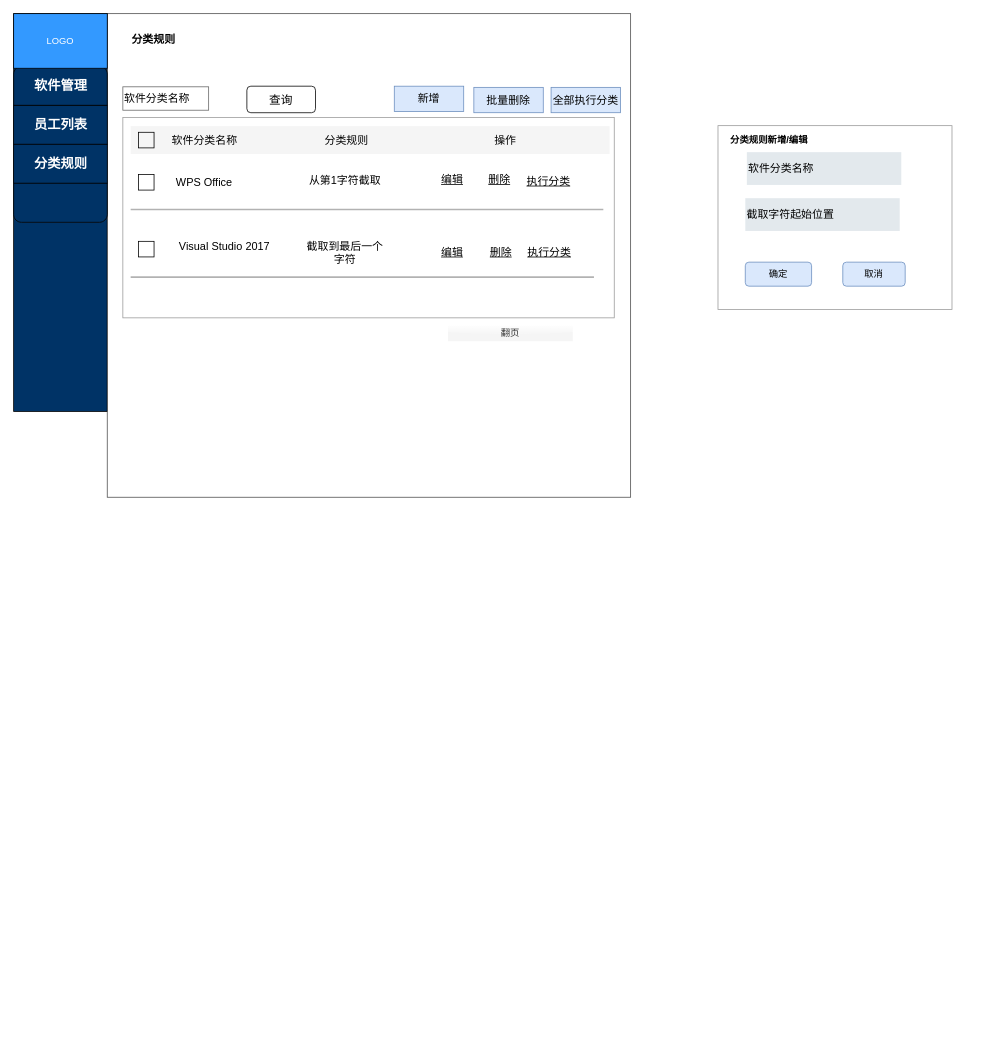
The draw.io diagram page "后台管理v3.0" (10 of 10) of 正版软件管理.drawio in mashifei/uml, before the edit. Source tidied: cells renumbered, new cells numbered last; positions are measured from the earlier drawing's top-left corner, leaving out a move shared by most shapes. Both pictures are drawn from the tidied source at 78%, with x=0, y=0 at pixel (13, 13).
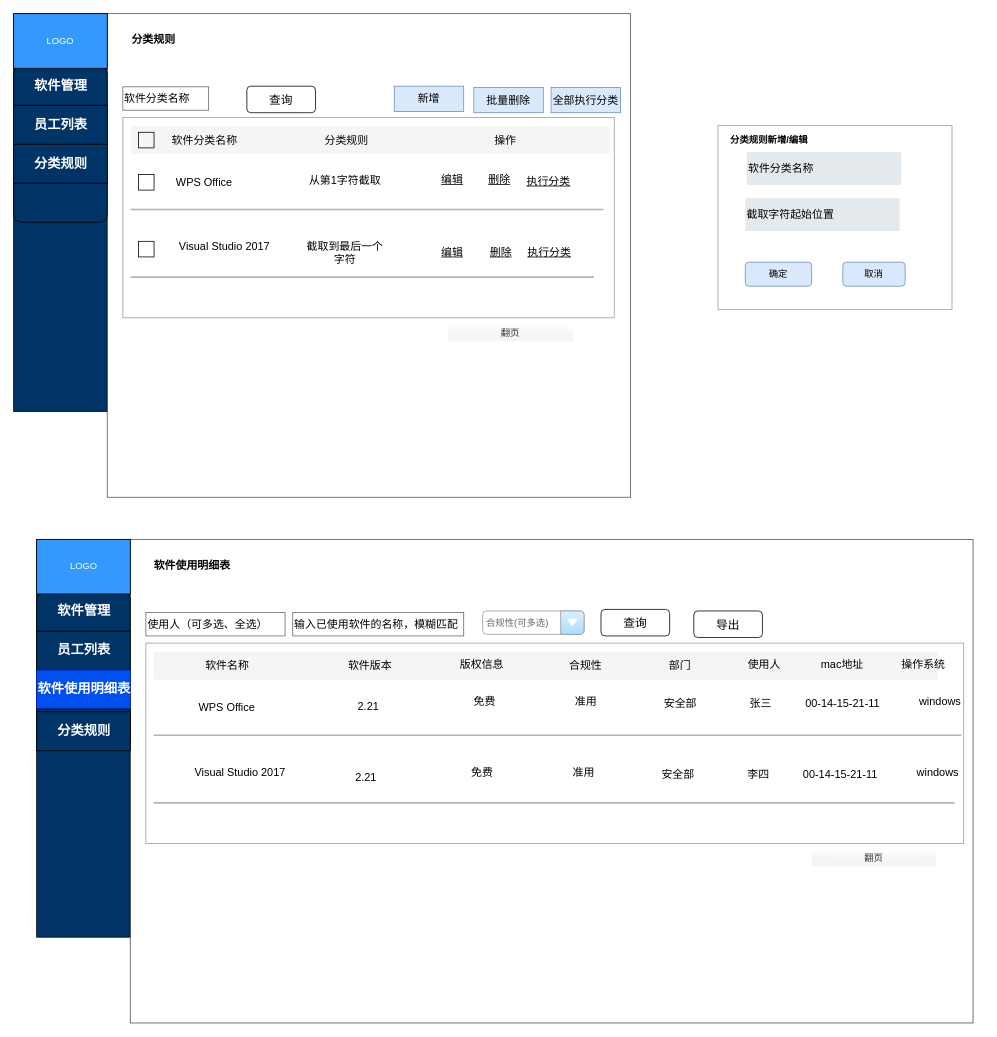
After the change.

The edit, as a diff of the source:
```diff
@@
+    <mxCell id="43" style="rounded=0;whiteSpace=wrap;html=1;fontSize=12;align=left;fillColor=#003366;" parent="1" vertex="1">
+      <mxGeometry x="29.5" y="674" width="120" height="510" as="geometry" />
+    </mxCell>
+    <mxCell id="44" style="rounded=0;whiteSpace=wrap;html=1;shadow=0;sketch=0;fontSize=14;opacity=70;" parent="1" vertex="1">
+      <mxGeometry x="149.5" y="674" width="1080.5" height="620" as="geometry" />
+    </mxCell>
+    <mxCell id="45" style="strokeWidth=1;shadow=0;dashed=0;align=center;html=1;shape=mxgraph.mockup.rrect;rSize=10;strokeColor=#666666;sketch=0;fontSize=14;opacity=30;fillColor=#003366;" parent="1" vertex="1">
+      <mxGeometry x="29.5" y="741.5" width="120" height="200" as="geometry" />
+    </mxCell>
+    <mxCell id="46" value="员工列表" style="strokeWidth=1;shadow=0;dashed=0;align=center;html=1;shape=mxgraph.mockup.rrect;rSize=0;fontSize=17;fontStyle=1;fillColor=#003366;fontColor=#FFFFFF;" parent="45" vertex="1">
+      <mxGeometry width="120" height="50" relative="1" as="geometry">
+        <mxPoint y="50" as="offset" />
+      </mxGeometry>
+    </mxCell>
+    <mxCell id="47" value="软件使用明细表" style="strokeWidth=1;shadow=0;dashed=0;align=center;html=1;shape=mxgraph.mockup.rrect;rSize=0;fontSize=17;fontStyle=1;fillColor=#0050ef;strokeColor=#001DBC;fontColor=#ffffff;" parent="45" vertex="1">
+      <mxGeometry width="120" height="50" relative="1" as="geometry">
+        <mxPoint y="100" as="offset" />
+      </mxGeometry>
+    </mxCell>
+    <mxCell id="48" style="strokeWidth=1;shadow=0;dashed=0;align=center;html=1;shape=mxgraph.mockup.bottomButton;rSize=10;fontSize=17;fontStyle=1;fillColor=#003366;fontColor=#FFFFFF;" parent="45" vertex="1">
+      <mxGeometry y="1" width="120" height="50" relative="1" as="geometry">
+        <mxPoint y="-50" as="offset" />
+      </mxGeometry>
+    </mxCell>
+    <mxCell id="49" value="软件管理" style="strokeWidth=1;shadow=0;dashed=0;align=center;html=1;shape=mxgraph.mockup.topButton;rSize=10;fontSize=17;fontStyle=1;fillColor=#003366;fontColor=#FFFFFF;" parent="45" vertex="1">
+      <mxGeometry width="120" height="50" relative="1" as="geometry" />
+    </mxCell>
+    <mxCell id="50" value="使用人（可多选、全选）" style="rounded=0;whiteSpace=wrap;html=1;shadow=0;sketch=0;fontSize=14;opacity=60;align=left;" parent="1" vertex="1">
+      <mxGeometry x="169.5" y="767.8" width="178.5" height="30" as="geometry" />
+    </mxCell>
+    <mxCell id="51" value="软件使用明细表" style="text;html=1;strokeColor=none;fillColor=none;align=center;verticalAlign=middle;whiteSpace=wrap;rounded=0;shadow=0;sketch=0;fontSize=14;fontColor=#000000;opacity=20;fontStyle=1;" parent="1" vertex="1">
+      <mxGeometry x="159.5" y="696.5" width="137.5" height="20" as="geometry" />
+    </mxCell>
+    <mxCell id="52" value="LOGO" style="rounded=0;whiteSpace=wrap;html=1;fillColor=#3399FF;gradientColor=none;fontSize=12;fontColor=#FFFFFF;align=center;" parent="1" vertex="1">
+      <mxGeometry x="29.5" y="674" width="120" height="70" as="geometry" />
+    </mxCell>
+    <mxCell id="53" style="rounded=0;whiteSpace=wrap;html=1;shadow=0;sketch=0;fontSize=14;opacity=40;" parent="1" vertex="1">
+      <mxGeometry x="169.5" y="807" width="1048.5" height="257" as="geometry" />
+    </mxCell>
+    <mxCell id="54" value="WPS Office" style="text;html=1;strokeColor=none;fillColor=none;align=center;verticalAlign=middle;whiteSpace=wrap;rounded=0;shadow=0;sketch=0;fontSize=14;opacity=30;" parent="1" vertex="1">
+      <mxGeometry x="151.4" y="880.2" width="245.4" height="20" as="geometry" />
+    </mxCell>
+    <mxCell id="55" value="Visual Studio 2017" style="text;html=1;strokeColor=none;fillColor=none;align=center;verticalAlign=middle;whiteSpace=wrap;rounded=0;shadow=0;sketch=0;fontSize=14;opacity=30;" parent="1" vertex="1">
+      <mxGeometry x="140" y="963.2" width="300.7" height="20" as="geometry" />
+    </mxCell>
+    <mxCell id="56" value="2.21" style="text;html=1;strokeColor=none;fillColor=none;align=center;verticalAlign=middle;whiteSpace=wrap;rounded=0;shadow=0;sketch=0;fontSize=14;opacity=30;" parent="1" vertex="1">
+      <mxGeometry x="399.7" y="877.8" width="109.8" height="20" as="geometry" />
+    </mxCell>
+    <mxCell id="57" value="查询" style="rounded=1;whiteSpace=wrap;html=1;fontSize=15;align=center;" parent="1" vertex="1">
+      <mxGeometry x="753" y="763.8" width="88" height="34" as="geometry" />
+    </mxCell>
+    <mxCell id="58" style="line;strokeWidth=2;html=1;shadow=0;sketch=0;fillColor=none;fontSize=14;opacity=30;" parent="1" vertex="1">
+      <mxGeometry x="179.5" y="920.2" width="1035.5" height="10" as="geometry" />
+    </mxCell>
+    <mxCell id="59" style="rounded=0;whiteSpace=wrap;html=1;shadow=0;sketch=0;fillColor=#f5f5f5;fontSize=14;fontColor=#333333;strokeColor=none;" parent="1" vertex="1">
+      <mxGeometry x="179.5" y="818.2" width="1005.5" height="35.8" as="geometry" />
+    </mxCell>
+    <mxCell id="60" value="软件名称" style="text;html=1;strokeColor=none;fillColor=none;align=center;verticalAlign=middle;whiteSpace=wrap;rounded=0;shadow=0;sketch=0;fontSize=14;" parent="1" vertex="1">
+      <mxGeometry x="215.3" y="826.1" width="117.6" height="20" as="geometry" />
+    </mxCell>
+    <mxCell id="61" style="line;strokeWidth=2;html=1;shadow=0;sketch=0;fillColor=none;fontSize=14;opacity=30;" parent="1" vertex="1">
+      <mxGeometry x="179.5" y="1006.8" width="1026.5" height="10" as="geometry" />
+    </mxCell>
+    <mxCell id="62" value="软件版本" style="text;html=1;strokeColor=none;fillColor=none;align=center;verticalAlign=middle;whiteSpace=wrap;rounded=0;shadow=0;sketch=0;fontSize=14;" parent="1" vertex="1">
+      <mxGeometry x="403.8" y="826.1" width="105.7" height="20" as="geometry" />
+    </mxCell>
+    <mxCell id="63" value="版权信息" style="text;html=1;strokeColor=none;fillColor=none;align=center;verticalAlign=middle;whiteSpace=wrap;rounded=0;shadow=0;sketch=0;fontSize=14;" parent="1" vertex="1">
+      <mxGeometry x="552" y="824" width="96.9" height="20" as="geometry" />
+    </mxCell>
+    <mxCell id="64" value="翻页" style="text;html=1;fillColor=#f5f5f5;align=center;verticalAlign=middle;whiteSpace=wrap;rounded=0;fontColor=#333333;shadow=0;glass=1;" parent="1" vertex="1">
+      <mxGeometry x="1023" y="1073" width="160" height="20" as="geometry" />
+    </mxCell>
+    <mxCell id="65" value="分类规则" style="strokeWidth=1;shadow=0;dashed=0;align=center;html=1;shape=mxgraph.mockup.rrect;rSize=0;fontSize=17;fontStyle=1;fillColor=#003366;fontColor=#FFFFFF;" parent="1" vertex="1">
+      <mxGeometry x="29.5" y="895" width="120" height="50" as="geometry" />
+    </mxCell>
+    <mxCell id="66" value="输入已使用软件的名称，模糊匹配" style="rounded=0;whiteSpace=wrap;html=1;shadow=0;sketch=0;fontSize=14;opacity=60;align=left;" parent="1" vertex="1">
+      <mxGeometry x="357.8" y="767.8" width="219.2" height="30" as="geometry" />
+    </mxCell>
+    <mxCell id="67" value="导出" style="rounded=1;whiteSpace=wrap;html=1;fontSize=15;align=center;" parent="1" vertex="1">
+      <mxGeometry x="872" y="765.8" width="88" height="34" as="geometry" />
+    </mxCell>
+    <mxCell id="68" value="合规性(可多选)" style="strokeWidth=1;shadow=0;dashed=0;align=center;html=1;shape=mxgraph.mockup.forms.comboBox;strokeColor=#999999;fillColor=#ddeeff;align=left;fillColor2=#aaddff;mainText=;fontColor=#666666;fontSize=12;spacingLeft=3;" parent="1" vertex="1">
+      <mxGeometry x="601.3" y="765.8" width="130" height="30" as="geometry" />
+    </mxCell>
+    <mxCell id="69" value="合规性" style="text;html=1;strokeColor=none;fillColor=none;align=center;verticalAlign=middle;whiteSpace=wrap;rounded=0;shadow=0;sketch=0;fontSize=14;" parent="1" vertex="1">
+      <mxGeometry x="685.1" y="826.1" width="96.9" height="20" as="geometry" />
+    </mxCell>
+    <mxCell id="70" value="部门" style="text;html=1;strokeColor=none;fillColor=none;align=center;verticalAlign=middle;whiteSpace=wrap;rounded=0;shadow=0;sketch=0;fontSize=14;" parent="1" vertex="1">
+      <mxGeometry x="806.1" y="826.1" width="96.9" height="20" as="geometry" />
+    </mxCell>
+    <mxCell id="71" value="使用人" style="text;html=1;strokeColor=none;fillColor=none;align=center;verticalAlign=middle;whiteSpace=wrap;rounded=0;shadow=0;sketch=0;fontSize=14;" parent="1" vertex="1">
+      <mxGeometry x="914" y="824" width="96.9" height="20" as="geometry" />
+    </mxCell>
+    <mxCell id="72" value="mac地址" style="text;html=1;strokeColor=none;fillColor=none;align=center;verticalAlign=middle;whiteSpace=wrap;rounded=0;shadow=0;sketch=0;fontSize=14;" parent="1" vertex="1">
+      <mxGeometry x="1014" y="824" width="96.9" height="20" as="geometry" />
+    </mxCell>
+    <mxCell id="73" value="操作系统" style="text;html=1;strokeColor=none;fillColor=none;align=center;verticalAlign=middle;whiteSpace=wrap;rounded=0;shadow=0;sketch=0;fontSize=14;" parent="1" vertex="1">
+      <mxGeometry x="1118" y="824" width="96.9" height="20" as="geometry" />
+    </mxCell>
+    <mxCell id="74" value="免费" style="text;html=1;strokeColor=none;fillColor=none;align=center;verticalAlign=middle;whiteSpace=wrap;rounded=0;shadow=0;sketch=0;fontSize=14;opacity=30;" parent="1" vertex="1">
+      <mxGeometry x="549" y="872" width="109.8" height="20" as="geometry" />
+    </mxCell>
+    <mxCell id="75" value="准用" style="text;html=1;strokeColor=none;fillColor=none;align=center;verticalAlign=middle;whiteSpace=wrap;rounded=0;shadow=0;sketch=0;fontSize=14;opacity=30;" parent="1" vertex="1">
+      <mxGeometry x="678.6" y="872" width="109.8" height="20" as="geometry" />
+    </mxCell>
+    <mxCell id="76" value="安全部" style="text;html=1;strokeColor=none;fillColor=none;align=center;verticalAlign=middle;whiteSpace=wrap;rounded=0;shadow=0;sketch=0;fontSize=14;opacity=30;" parent="1" vertex="1">
+      <mxGeometry x="799.7" y="875" width="109.8" height="20" as="geometry" />
+    </mxCell>
+    <mxCell id="77" value="张三" style="text;html=1;strokeColor=none;fillColor=none;align=center;verticalAlign=middle;whiteSpace=wrap;rounded=0;shadow=0;sketch=0;fontSize=14;opacity=30;" parent="1" vertex="1">
+      <mxGeometry x="903" y="875" width="109.8" height="20" as="geometry" />
+    </mxCell>
+    <mxCell id="78" value="00-14-15-21-11" style="text;html=1;strokeColor=none;fillColor=none;align=center;verticalAlign=middle;whiteSpace=wrap;rounded=0;shadow=0;sketch=0;fontSize=14;opacity=30;" parent="1" vertex="1">
+      <mxGeometry x="1008.2" y="875" width="109.8" height="20" as="geometry" />
+    </mxCell>
+    <mxCell id="79" value="windows" style="text;html=1;strokeColor=none;fillColor=none;align=center;verticalAlign=middle;whiteSpace=wrap;rounded=0;shadow=0;sketch=0;fontSize=14;opacity=30;" parent="1" vertex="1">
+      <mxGeometry x="1133" y="872" width="109.8" height="20" as="geometry" />
+    </mxCell>
+    <mxCell id="80" value="2.21" style="text;html=1;strokeColor=none;fillColor=none;align=center;verticalAlign=middle;whiteSpace=wrap;rounded=0;shadow=0;sketch=0;fontSize=14;opacity=30;" parent="1" vertex="1">
+      <mxGeometry x="396.8" y="969" width="109.8" height="20" as="geometry" />
+    </mxCell>
+    <mxCell id="81" value="免费" style="text;html=1;strokeColor=none;fillColor=none;align=center;verticalAlign=middle;whiteSpace=wrap;rounded=0;shadow=0;sketch=0;fontSize=14;opacity=30;" parent="1" vertex="1">
+      <mxGeometry x="546.1" y="963.2" width="109.8" height="20" as="geometry" />
+    </mxCell>
+    <mxCell id="82" value="准用" style="text;html=1;strokeColor=none;fillColor=none;align=center;verticalAlign=middle;whiteSpace=wrap;rounded=0;shadow=0;sketch=0;fontSize=14;opacity=30;" parent="1" vertex="1">
+      <mxGeometry x="675.7" y="963.2" width="109.8" height="20" as="geometry" />
+    </mxCell>
+    <mxCell id="83" value="安全部" style="text;html=1;strokeColor=none;fillColor=none;align=center;verticalAlign=middle;whiteSpace=wrap;rounded=0;shadow=0;sketch=0;fontSize=14;opacity=30;" parent="1" vertex="1">
+      <mxGeometry x="796.8" y="966.2" width="109.8" height="20" as="geometry" />
+    </mxCell>
+    <mxCell id="84" value="李四" style="text;html=1;strokeColor=none;fillColor=none;align=center;verticalAlign=middle;whiteSpace=wrap;rounded=0;shadow=0;sketch=0;fontSize=14;opacity=30;" parent="1" vertex="1">
+      <mxGeometry x="900.1" y="966.2" width="109.8" height="20" as="geometry" />
+    </mxCell>
+    <mxCell id="85" value="00-14-15-21-11" style="text;html=1;strokeColor=none;fillColor=none;align=center;verticalAlign=middle;whiteSpace=wrap;rounded=0;shadow=0;sketch=0;fontSize=14;opacity=30;" parent="1" vertex="1">
+      <mxGeometry x="1005.3" y="966.2" width="109.8" height="20" as="geometry" />
+    </mxCell>
+    <mxCell id="86" value="windows" style="text;html=1;strokeColor=none;fillColor=none;align=center;verticalAlign=middle;whiteSpace=wrap;rounded=0;shadow=0;sketch=0;fontSize=14;opacity=30;" parent="1" vertex="1">
+      <mxGeometry x="1130.1" y="963.2" width="109.8" height="20" as="geometry" />
+    </mxCell>
```
